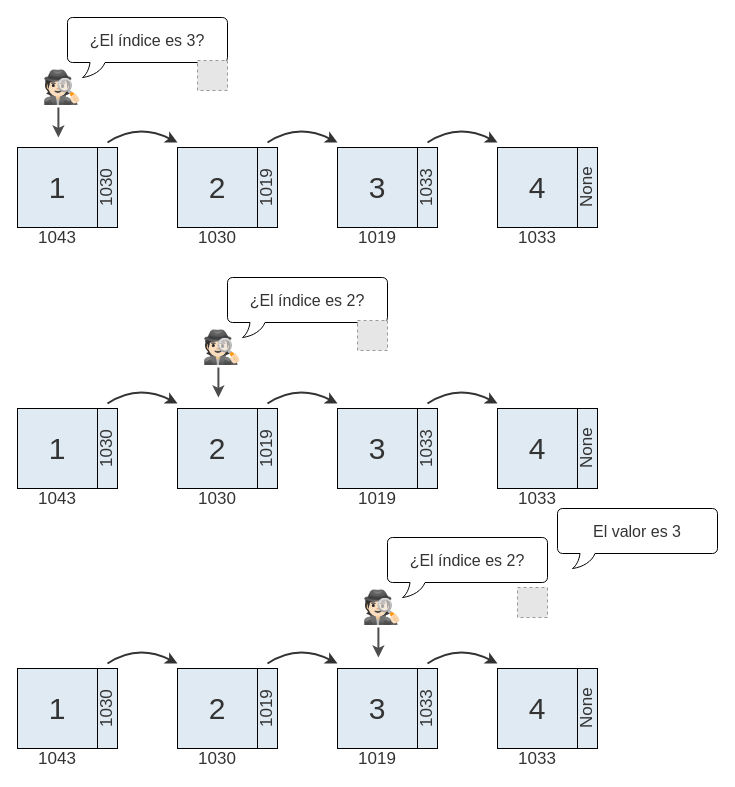
The draw.io diagram page "lectura" (10 of 11) of teoria/04_estructuras_y_algoritmos/imgs/02/lista_enlazada.drawio in ee-unr/programacion-2, before the edit. Source tidied: cells renumbered, new cells numbered last; positions are measured from the earlier drawing's top-left corner, leaving out a move shared by most shapes. Both pictures are drawn from the tidied source at 100%, with x=0, y=0 at pixel (17, 17). Pictures stored in the file or linked from it are replaced by grey dashed boxes.
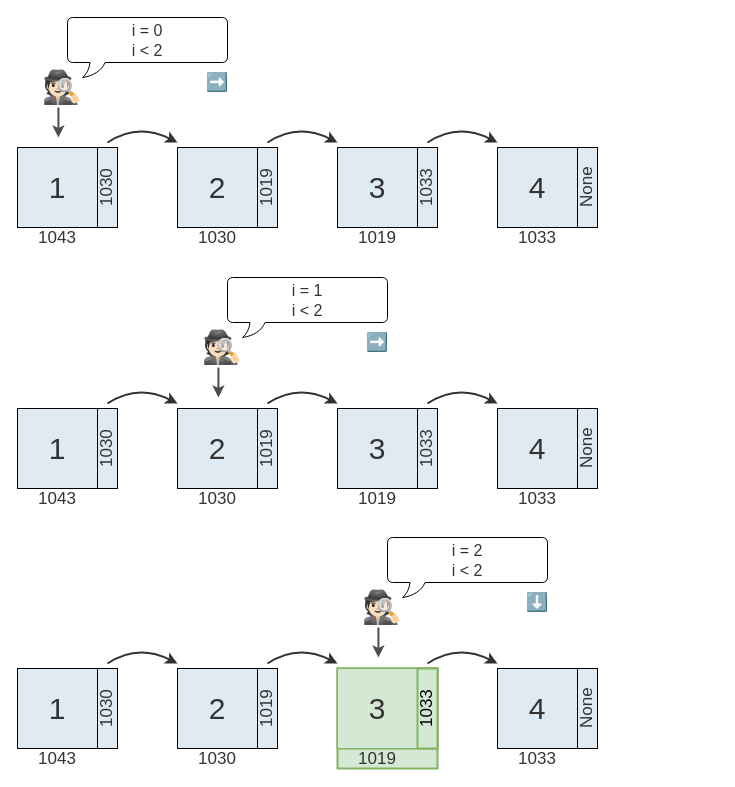
The same page after the edit.

Change to the diagram source:
```diff
@@
-    <mxCell id="2" style="group;" parent="1" vertex="1">
-      <mxGeometry x="10" width="200" height="120" as="geometry" />
-    </mxCell>
-    <mxCell id="3" style="group;" parent="2" vertex="1">
-      <mxGeometry width="200" height="100" as="geometry" />
-    </mxCell>
-    <mxCell id="4" value="&lt;font style=&quot;font-size: 32px;&quot;&gt;🕵🏻&lt;/font&gt;" style="text;html=1;align=center;verticalAlign=middle;whiteSpace=wrap;rounded=0;" parent="3" vertex="1">
-      <mxGeometry y="40" width="70" height="60" as="geometry" />
-    </mxCell>
-    <mxCell id="5" value="&lt;font style=&quot;font-size: 16px; color: rgb(51, 51, 51);&quot;&gt;¿El índice es 3?&lt;/font&gt;" style="whiteSpace=wrap;html=1;shape=mxgraph.basic.roundRectCallout;dx=30;dy=15;size=5;boundedLbl=1;" parent="3" vertex="1">
-      <mxGeometry x="40" width="160" height="60" as="geometry" />
-    </mxCell>
-    <mxCell id="6" style="fillColor=#E6E6E6;strokeColor=#999999;dashed=1;verticalLabelPosition=bottom;labelBackgroundColor=default;verticalAlign=top;" parent="3" vertex="1">
-      <mxGeometry x="170" y="43" width="30" height="30" as="geometry" />
-    </mxCell>
-    <mxCell id="7" style="endArrow=classic;html=1;rounded=0;strokeWidth=2;strokeColor=#4D4D4D;" parent="2" edge="1">
-      <mxGeometry relative="1" as="geometry">
-        <mxPoint x="30.9" y="90" as="sourcePoint" />
-        <mxPoint x="30.9" y="120" as="targetPoint" />
-      </mxGeometry>
-    </mxCell>
@@
-    <mxCell id="31" style="group;" parent="1" vertex="1">
-      <mxGeometry x="170" y="260" width="200" height="120" as="geometry" />
-    </mxCell>
-    <mxCell id="32" style="group;" parent="31" vertex="1">
-      <mxGeometry width="200" height="100" as="geometry" />
-    </mxCell>
-    <mxCell id="33" value="&lt;font style=&quot;font-size: 32px;&quot;&gt;🕵🏻&lt;/font&gt;" style="text;html=1;align=center;verticalAlign=middle;whiteSpace=wrap;rounded=0;" parent="32" vertex="1">
-      <mxGeometry y="40" width="70" height="60" as="geometry" />
-    </mxCell>
-    <mxCell id="34" value="&lt;font style=&quot;font-size: 16px; color: rgb(51, 51, 51);&quot;&gt;¿El índice es 2?&lt;/font&gt;" style="whiteSpace=wrap;html=1;shape=mxgraph.basic.roundRectCallout;dx=30;dy=15;size=5;boundedLbl=1;" parent="32" vertex="1">
-      <mxGeometry x="40" width="160" height="60" as="geometry" />
-    </mxCell>
-    <mxCell id="35" style="fillColor=#E6E6E6;strokeColor=#999999;dashed=1;verticalLabelPosition=bottom;labelBackgroundColor=default;verticalAlign=top;" parent="32" vertex="1">
-      <mxGeometry x="170" y="43" width="30" height="30" as="geometry" />
-    </mxCell>
-    <mxCell id="36" style="endArrow=classic;html=1;rounded=0;strokeWidth=2;strokeColor=#4D4D4D;" parent="31" edge="1">
-      <mxGeometry relative="1" as="geometry">
-        <mxPoint x="30.9" y="90" as="sourcePoint" />
-        <mxPoint x="30.9" y="120" as="targetPoint" />
-      </mxGeometry>
-    </mxCell>
@@
-    <mxCell id="60" style="group;" parent="1" vertex="1">
-      <mxGeometry x="330" y="520" width="200" height="120" as="geometry" />
-    </mxCell>
-    <mxCell id="61" style="group;" parent="60" vertex="1">
-      <mxGeometry width="200" height="100" as="geometry" />
-    </mxCell>
-    <mxCell id="62" value="&lt;font style=&quot;font-size: 32px;&quot;&gt;🕵🏻&lt;/font&gt;" style="text;html=1;align=center;verticalAlign=middle;whiteSpace=wrap;rounded=0;" parent="61" vertex="1">
-      <mxGeometry y="40" width="70" height="60" as="geometry" />
-    </mxCell>
-    <mxCell id="63" value="&lt;font style=&quot;font-size: 16px; color: rgb(51, 51, 51);&quot;&gt;¿El índice es 2?&lt;/font&gt;" style="whiteSpace=wrap;html=1;shape=mxgraph.basic.roundRectCallout;dx=30;dy=15;size=5;boundedLbl=1;" parent="61" vertex="1">
-      <mxGeometry x="40" width="160" height="60" as="geometry" />
-    </mxCell>
-    <mxCell id="64" style="fillColor=#E6E6E6;strokeColor=#999999;dashed=1;verticalLabelPosition=bottom;labelBackgroundColor=default;verticalAlign=top;" parent="61" vertex="1">
-      <mxGeometry x="170" y="50" width="30" height="30" as="geometry" />
-    </mxCell>
-    <mxCell id="65" style="endArrow=classic;html=1;rounded=0;strokeWidth=2;strokeColor=#4D4D4D;" parent="60" edge="1">
-      <mxGeometry relative="1" as="geometry">
-        <mxPoint x="30.9" y="90" as="sourcePoint" />
-        <mxPoint x="30.9" y="120" as="targetPoint" />
-      </mxGeometry>
-    </mxCell>
@@
-    <mxCell id="76" style="group;" parent="1" vertex="1">
+    <mxCell id="76" style="group;fillColor=#d5e8d4;strokeColor=#82b366;strokeWidth=2;" parent="1" vertex="1">
       <mxGeometry x="320" y="651" width="100" height="100" as="geometry" />
     </mxCell>
-    <mxCell id="77" style="group;fontFamily=Cascadia Code;" parent="76" vertex="1">
+    <mxCell id="77" style="group;fontFamily=Cascadia Code;fillColor=#d5e8d4;strokeColor=#82b366;strokeWidth=2;" parent="76" vertex="1">
       <mxGeometry width="100" height="80" as="geometry" />
     </mxCell>
-    <mxCell id="78" value="&lt;font style=&quot;font-size: 30px; color: light-dark(rgb(51, 51, 51), rgb(51, 51, 51));&quot; face=&quot;Cascadia Code&quot;&gt;3&lt;/font&gt;" style="rounded=0;whiteSpace=wrap;html=1;fillColor=#DFEAF2;" parent="77" vertex="1">
+    <mxCell id="78" value="&lt;font style=&quot;font-size: 30px; color: light-dark(rgb(51, 51, 51), rgb(51, 51, 51));&quot; face=&quot;Cascadia Code&quot;&gt;3&lt;/font&gt;" style="rounded=0;whiteSpace=wrap;html=1;fillColor=#d5e8d4;strokeColor=#82b366;" parent="77" vertex="1">
       <mxGeometry width="80" height="80" as="geometry" />
     </mxCell>
-    <mxCell id="79" value="1033" style="rounded=0;fillColor=#DFEAF2;textDirection=vertical-rl;rotation=-180;labelPosition=center;verticalLabelPosition=middle;align=center;verticalAlign=middle;labelBackgroundColor=none;labelBorderColor=none;textShadow=0;html=1;whiteSpace=wrap;spacingLeft=0;spacingRight=2;fontFamily=Cascadia Code;fontColor=light-dark(#333333,#333333);fontSize=17;" parent="77" vertex="1">
+    <mxCell id="79" value="1033" style="rounded=0;fillColor=#d5e8d4;textDirection=vertical-rl;rotation=-180;labelPosition=center;verticalLabelPosition=middle;align=center;verticalAlign=middle;labelBackgroundColor=none;labelBorderColor=none;textShadow=0;html=1;whiteSpace=wrap;spacingLeft=0;spacingRight=2;fontFamily=Cascadia Code;fontSize=17;strokeColor=#82b366;strokeWidth=2;" parent="77" vertex="1">
       <mxGeometry x="80" width="20" height="80" as="geometry" />
     </mxCell>
@@
-    <mxCell id="89" value="&lt;font color=&quot;#333333&quot;&gt;&lt;span style=&quot;font-size: 16px;&quot;&gt;El valor es 3&lt;/span&gt;&lt;/font&gt;" style="whiteSpace=wrap;html=1;shape=mxgraph.basic.roundRectCallout;dx=30;dy=15;size=5;boundedLbl=1;" parent="1" vertex="1">
-      <mxGeometry x="540" y="491" width="160" height="60" as="geometry" />
-    </mxCell>
+    <mxCell id="90" style="group;" parent="1" vertex="1">
+      <mxGeometry x="10" width="210" height="120" as="geometry" />
+    </mxCell>
+    <mxCell id="91" style="group;" parent="90" vertex="1">
+      <mxGeometry width="210" height="100" as="geometry" />
+    </mxCell>
+    <mxCell id="92" value="&lt;font style=&quot;font-size: 32px;&quot;&gt;🕵🏻&lt;/font&gt;" style="text;html=1;align=center;verticalAlign=middle;whiteSpace=wrap;rounded=0;" parent="91" vertex="1">
+      <mxGeometry y="40" width="70" height="60" as="geometry" />
+    </mxCell>
+    <mxCell id="93" value="&lt;font face=&quot;Cascadia Code&quot; color=&quot;#333333&quot;&gt;&lt;span style=&quot;font-size: 16px;&quot;&gt;i = 0&lt;/span&gt;&lt;/font&gt;&lt;div&gt;&lt;font face=&quot;Cascadia Code&quot; color=&quot;#333333&quot;&gt;&lt;span style=&quot;font-size: 16px;&quot;&gt;i &amp;lt; 2&lt;/span&gt;&lt;/font&gt;&lt;/div&gt;" style="whiteSpace=wrap;html=1;shape=mxgraph.basic.roundRectCallout;dx=30;dy=15;size=5;boundedLbl=1;align=center;" parent="91" vertex="1">
+      <mxGeometry x="40" width="160" height="60" as="geometry" />
+    </mxCell>
+    <mxCell id="94" value="&lt;font style=&quot;font-size: 18px;&quot;&gt;➡️&lt;/font&gt;" style="text;html=1;align=center;verticalAlign=middle;whiteSpace=wrap;rounded=0;" parent="91" vertex="1">
+      <mxGeometry x="170" y="50" width="40" height="30" as="geometry" />
+    </mxCell>
+    <mxCell id="95" style="endArrow=classic;html=1;rounded=0;strokeWidth=2;strokeColor=#4D4D4D;" parent="90" edge="1">
+      <mxGeometry relative="1" as="geometry">
+        <mxPoint x="30.9" y="90" as="sourcePoint" />
+        <mxPoint x="30.9" y="120" as="targetPoint" />
+      </mxGeometry>
+    </mxCell>
+    <mxCell id="96" style="group;" parent="1" vertex="1">
+      <mxGeometry x="170" y="260" width="210" height="120" as="geometry" />
+    </mxCell>
+    <mxCell id="97" style="group;" parent="96" vertex="1">
+      <mxGeometry width="210" height="100" as="geometry" />
+    </mxCell>
+    <mxCell id="98" value="&lt;font style=&quot;font-size: 32px;&quot;&gt;🕵🏻&lt;/font&gt;" style="text;html=1;align=center;verticalAlign=middle;whiteSpace=wrap;rounded=0;" parent="97" vertex="1">
+      <mxGeometry y="40" width="70" height="60" as="geometry" />
+    </mxCell>
+    <mxCell id="99" value="&lt;font face=&quot;Cascadia Code&quot; color=&quot;#333333&quot;&gt;&lt;span style=&quot;font-size: 16px;&quot;&gt;i = 1&lt;/span&gt;&lt;/font&gt;&lt;div&gt;&lt;font face=&quot;Cascadia Code&quot; color=&quot;#333333&quot;&gt;&lt;span style=&quot;font-size: 16px;&quot;&gt;i &amp;lt; 2&lt;/span&gt;&lt;/font&gt;&lt;/div&gt;" style="whiteSpace=wrap;html=1;shape=mxgraph.basic.roundRectCallout;dx=30;dy=15;size=5;boundedLbl=1;align=center;" parent="97" vertex="1">
+      <mxGeometry x="40" width="160" height="60" as="geometry" />
+    </mxCell>
+    <mxCell id="100" value="&lt;font style=&quot;font-size: 18px;&quot;&gt;➡️&lt;/font&gt;" style="text;html=1;align=center;verticalAlign=middle;whiteSpace=wrap;rounded=0;" parent="97" vertex="1">
+      <mxGeometry x="170" y="50" width="40" height="30" as="geometry" />
+    </mxCell>
+    <mxCell id="101" style="endArrow=classic;html=1;rounded=0;strokeWidth=2;strokeColor=#4D4D4D;" parent="96" edge="1">
+      <mxGeometry relative="1" as="geometry">
+        <mxPoint x="30.9" y="90" as="sourcePoint" />
+        <mxPoint x="30.9" y="120" as="targetPoint" />
+      </mxGeometry>
+    </mxCell>
+    <mxCell id="102" style="group;" parent="1" vertex="1">
+      <mxGeometry x="330" y="520" width="210" height="120" as="geometry" />
+    </mxCell>
+    <mxCell id="103" style="group;" parent="102" vertex="1">
+      <mxGeometry width="210" height="100" as="geometry" />
+    </mxCell>
+    <mxCell id="104" value="&lt;font style=&quot;font-size: 32px;&quot;&gt;🕵🏻&lt;/font&gt;" style="text;html=1;align=center;verticalAlign=middle;whiteSpace=wrap;rounded=0;" parent="103" vertex="1">
+      <mxGeometry y="40" width="70" height="60" as="geometry" />
+    </mxCell>
+    <mxCell id="105" value="&lt;font face=&quot;Cascadia Code&quot; color=&quot;#333333&quot;&gt;&lt;span style=&quot;font-size: 16px;&quot;&gt;i = 2&lt;/span&gt;&lt;/font&gt;&lt;div&gt;&lt;font face=&quot;Cascadia Code&quot; color=&quot;#333333&quot;&gt;&lt;span style=&quot;font-size: 16px;&quot;&gt;i &amp;lt; 2&lt;/span&gt;&lt;/font&gt;&lt;/div&gt;" style="whiteSpace=wrap;html=1;shape=mxgraph.basic.roundRectCallout;dx=30;dy=15;size=5;boundedLbl=1;align=center;" parent="103" vertex="1">
+      <mxGeometry x="40" width="160" height="60" as="geometry" />
+    </mxCell>
+    <mxCell id="106" value="&lt;font style=&quot;font-size: 18px;&quot;&gt;⬇️&lt;/font&gt;" style="text;html=1;align=center;verticalAlign=middle;whiteSpace=wrap;rounded=0;" parent="103" vertex="1">
+      <mxGeometry x="170" y="50" width="40" height="30" as="geometry" />
+    </mxCell>
+    <mxCell id="107" style="endArrow=classic;html=1;rounded=0;strokeWidth=2;strokeColor=#4D4D4D;" parent="102" edge="1">
+      <mxGeometry relative="1" as="geometry">
+        <mxPoint x="30.9" y="90" as="sourcePoint" />
+        <mxPoint x="30.9" y="120" as="targetPoint" />
+      </mxGeometry>
+    </mxCell>
```
